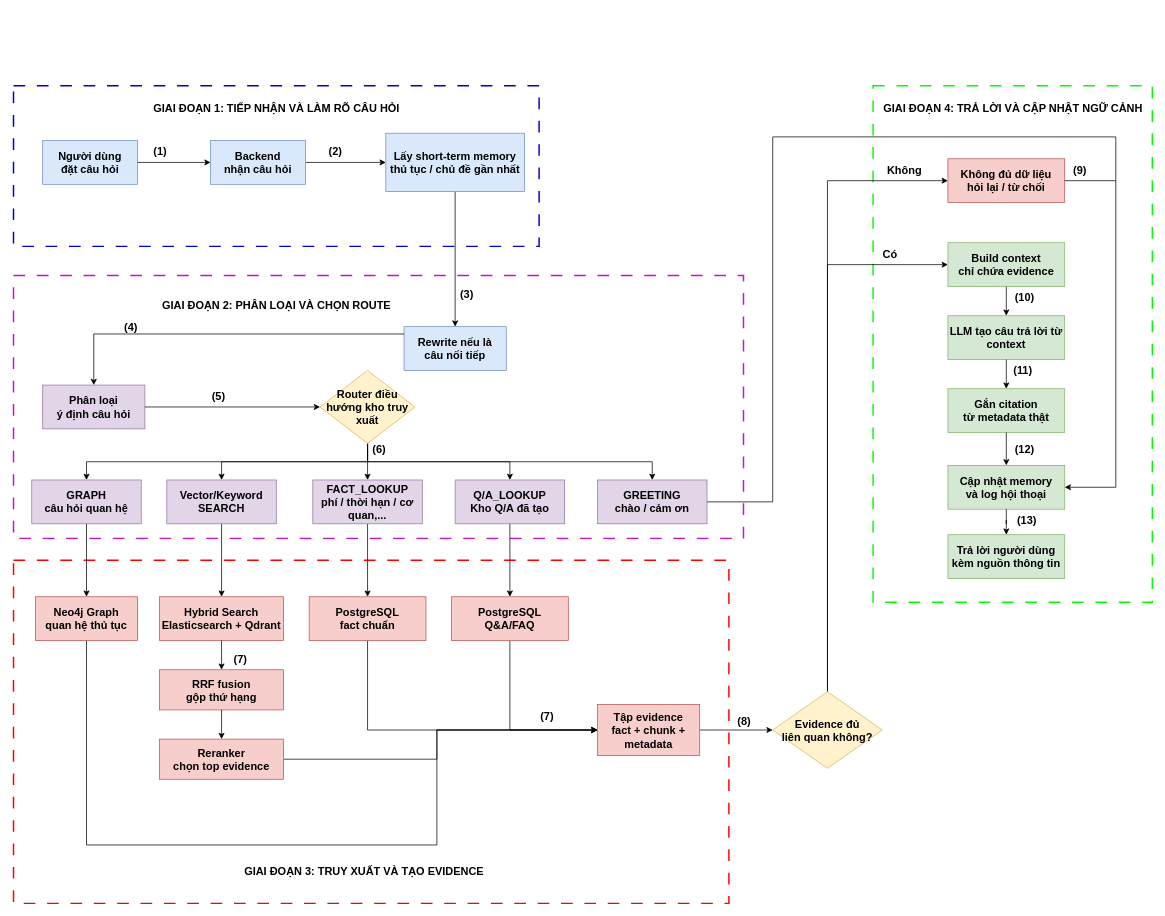
Above: page "3. RAG Pipeline TTHC" (3 of 4) of docs/diagrams/tthc_core_architecture.drawio in huybx05/Chatbot-TTHC-GiaLai (draw.io), before the change. Source tidied: cells renumbered, new cells numbered last; positions are measured from the earlier drawing's top-left corner, leaving out a move shared by most shapes. Both pictures are drawn from the tidied source at 73%, with x=0, y=0 at pixel (13, 85).
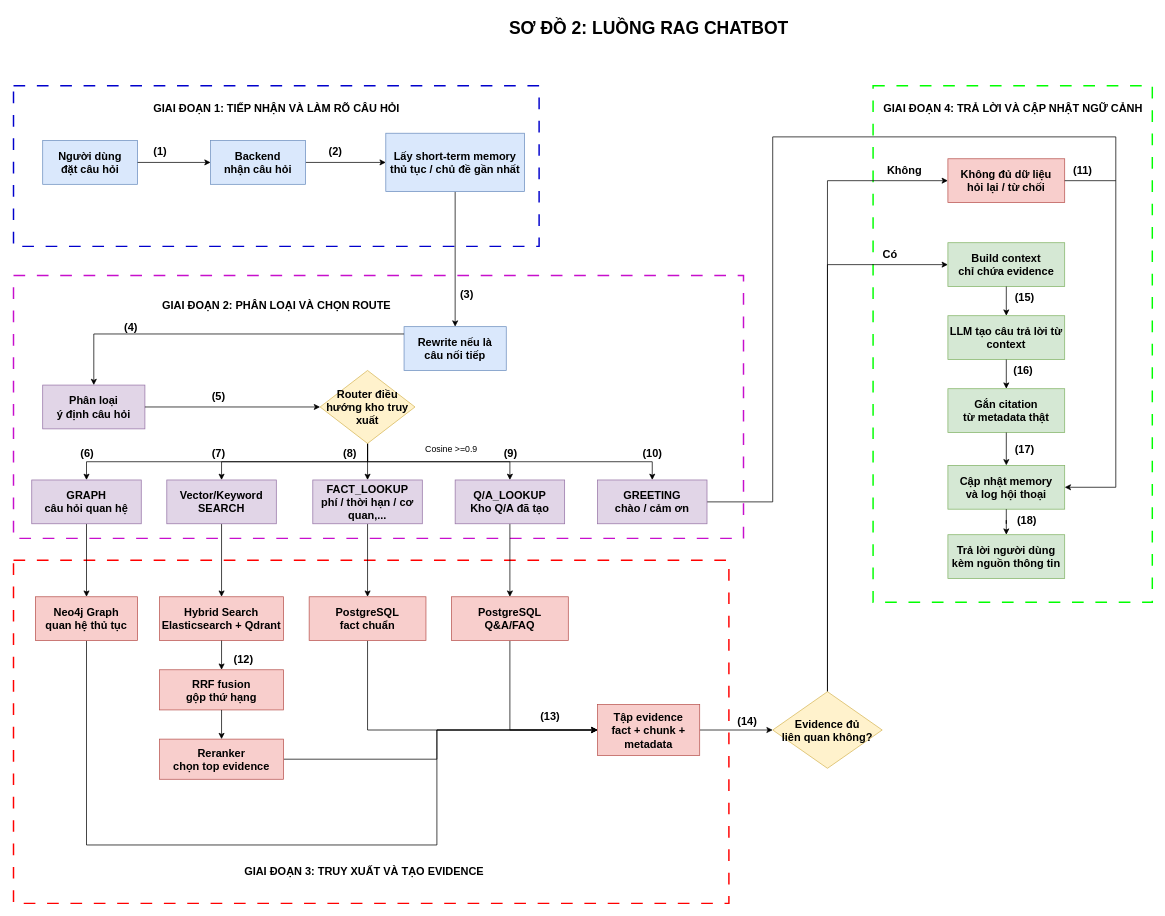
Above is the later version.

Change to the diagram source:
```diff
@@
     <mxCell id="59" value="&lt;b&gt;(6)&lt;/b&gt;" style="text;html=1;strokeColor=none;fillColor=none;fontSize=15;fontStyle=1;" parent="1" vertex="1">
-      <mxGeometry x="490" y="482.5" width="40" height="20" as="geometry" />
+      <mxGeometry x="90" y="487.5" width="40" height="20" as="geometry" />
     </mxCell>
-    <mxCell id="60" value="&lt;b&gt;(7)&lt;/b&gt;" style="text;html=1;strokeColor=none;fillColor=none;fontSize=15;fontStyle=1;" parent="1" vertex="1">
+    <mxCell id="60" value="&lt;b&gt;(12)&lt;/b&gt;" style="text;html=1;strokeColor=none;fillColor=none;fontSize=15;fontStyle=1;" parent="1" vertex="1">
       <mxGeometry x="300" y="770" width="40" height="20" as="geometry" />
     </mxCell>
-    <mxCell id="61" value="&lt;b&gt;(8)&lt;/b&gt;" style="text;html=1;strokeColor=none;fillColor=none;fontSize=15;fontStyle=1;" parent="1" vertex="1">
+    <mxCell id="61" value="&lt;b&gt;(14)&lt;/b&gt;" style="text;html=1;strokeColor=none;fillColor=none;fontSize=15;fontStyle=1;" parent="1" vertex="1">
       <mxGeometry x="990" y="855" width="40" height="20" as="geometry" />
     </mxCell>
@@
-    <mxCell id="63" value="&lt;b&gt;(11)&lt;/b&gt;" style="text;html=1;strokeColor=none;fillColor=none;fontSize=15;fontStyle=1;" parent="1" vertex="1">
+    <mxCell id="63" value="&lt;b&gt;(16)&lt;/b&gt;" style="text;html=1;strokeColor=none;fillColor=none;fontSize=15;fontStyle=1;" parent="1" vertex="1">
       <mxGeometry x="1367.5" y="375" width="45" height="20" as="geometry" />
     </mxCell>
-    <mxCell id="64" value="&lt;b&gt;(12)&lt;/b&gt;" style="text;html=1;strokeColor=none;fillColor=none;fontSize=15;fontStyle=1;" parent="1" vertex="1">
+    <mxCell id="64" value="&lt;b&gt;(17)&lt;/b&gt;" style="text;html=1;strokeColor=none;fillColor=none;fontSize=15;fontStyle=1;" parent="1" vertex="1">
       <mxGeometry x="1370" y="482.5" width="45" height="20" as="geometry" />
     </mxCell>
@@
-    <mxCell id="76" value="&lt;b&gt;(7)&lt;/b&gt;" style="text;html=1;strokeColor=none;fillColor=none;fontSize=15;fontStyle=1;" parent="1" vertex="1">
+    <mxCell id="76" value="&lt;b&gt;(13)&lt;/b&gt;" style="text;html=1;strokeColor=none;fillColor=none;fontSize=15;fontStyle=1;" parent="1" vertex="1">
       <mxGeometry x="720" y="847.5" width="40" height="20" as="geometry" />
     </mxCell>
-    <mxCell id="77" value="&lt;b&gt;(9)&lt;/b&gt;" style="text;html=1;strokeColor=none;fillColor=none;fontSize=15;fontStyle=1;" parent="1" vertex="1">
+    <mxCell id="77" value="&lt;b&gt;(11)&lt;/b&gt;" style="text;html=1;strokeColor=none;fillColor=none;fontSize=15;fontStyle=1;" parent="1" vertex="1">
       <mxGeometry x="1450" y="100" width="40" height="20" as="geometry" />
     </mxCell>
-    <mxCell id="78" value="&lt;b&gt;(10)&lt;/b&gt;" style="text;html=1;strokeColor=none;fillColor=none;fontSize=15;fontStyle=1;" parent="1" vertex="1">
+    <mxCell id="78" value="&lt;b&gt;(15)&lt;/b&gt;" style="text;html=1;strokeColor=none;fillColor=none;fontSize=15;fontStyle=1;" parent="1" vertex="1">
       <mxGeometry x="1370" y="275" width="40" height="20" as="geometry" />
     </mxCell>
-    <mxCell id="79" value="&lt;b&gt;(13)&lt;/b&gt;" style="text;html=1;strokeColor=none;fillColor=none;fontSize=15;fontStyle=1;" parent="1" vertex="1">
+    <mxCell id="79" value="&lt;b&gt;(18)&lt;/b&gt;" style="text;html=1;strokeColor=none;fillColor=none;fontSize=15;fontStyle=1;" parent="1" vertex="1">
       <mxGeometry x="1372.5" y="580" width="40" height="20" as="geometry" />
     </mxCell>
+    <mxCell id="80" value="Cosine &amp;gt;=0.9" style="text;html=1;whiteSpace=wrap;strokeColor=none;fillColor=none;align=center;verticalAlign=middle;rounded=0;" parent="1" vertex="1">
+      <mxGeometry x="560" y="482.5" width="80" height="30" as="geometry" />
+    </mxCell>
+    <mxCell id="81" value="SƠ ĐỒ 2: LUỒNG RAG CHATBOT" style="text;html=1;strokeColor=none;fillColor=none;align=center;fontSize=24;fontStyle=1;" parent="1" vertex="1">
+      <mxGeometry x="460" y="-100" width="820" height="36" as="geometry" />
+    </mxCell>
+    <mxCell id="82" value="&lt;b&gt;(7)&lt;/b&gt;" style="text;html=1;strokeColor=none;fillColor=none;fontSize=15;fontStyle=1;" parent="1" vertex="1">
+      <mxGeometry x="270" y="487.5" width="40" height="20" as="geometry" />
+    </mxCell>
+    <mxCell id="83" value="&lt;b&gt;(8)&lt;/b&gt;" style="text;html=1;strokeColor=none;fillColor=none;fontSize=15;fontStyle=1;" parent="1" vertex="1">
+      <mxGeometry x="450" y="487.5" width="40" height="20" as="geometry" />
+    </mxCell>
+    <mxCell id="84" value="&lt;b&gt;(9)&lt;/b&gt;" style="text;html=1;strokeColor=none;fillColor=none;fontSize=15;fontStyle=1;" parent="1" vertex="1">
+      <mxGeometry x="670" y="487.5" width="40" height="20" as="geometry" />
+    </mxCell>
+    <mxCell id="85" value="&lt;b&gt;(10)&lt;/b&gt;" style="text;html=1;strokeColor=none;fillColor=none;fontSize=15;fontStyle=1;" parent="1" vertex="1">
+      <mxGeometry x="860" y="487.5" width="40" height="20" as="geometry" />
+    </mxCell>
```
